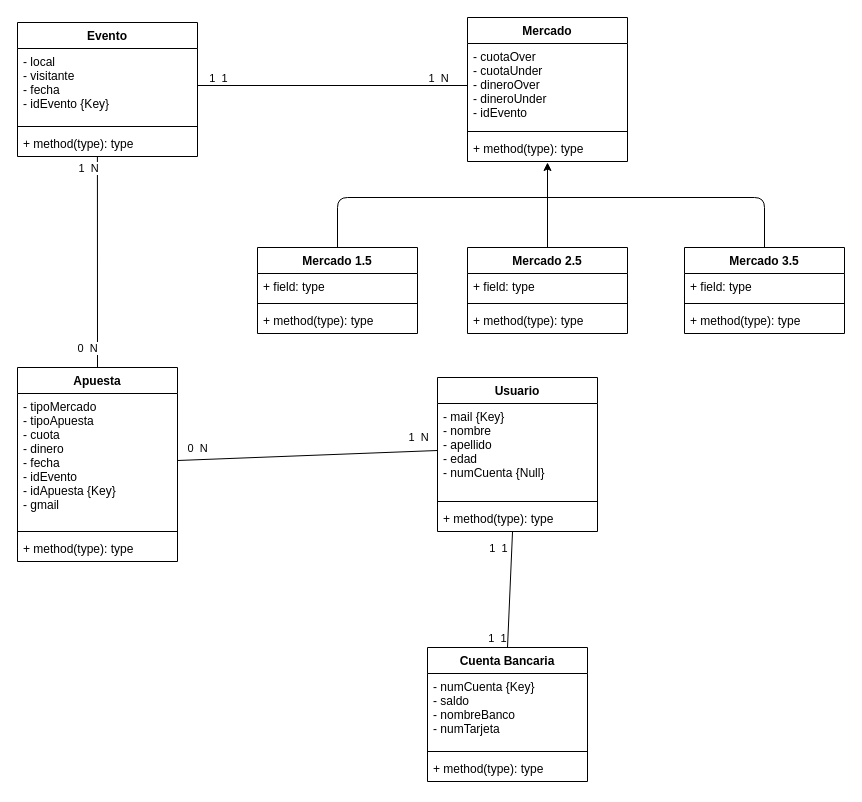
The draw.io diagram Modelos/Diseño conceptual.drawio in adrianjavier/PlaceMyBet2, before the edit. Source tidied: cells renumbered, new cells numbered last; positions are measured from the earlier drawing's top-left corner, leaving out a move shared by most shapes. Both pictures are drawn from the tidied source at 100%, with x=0, y=0 at pixel (17, 17).
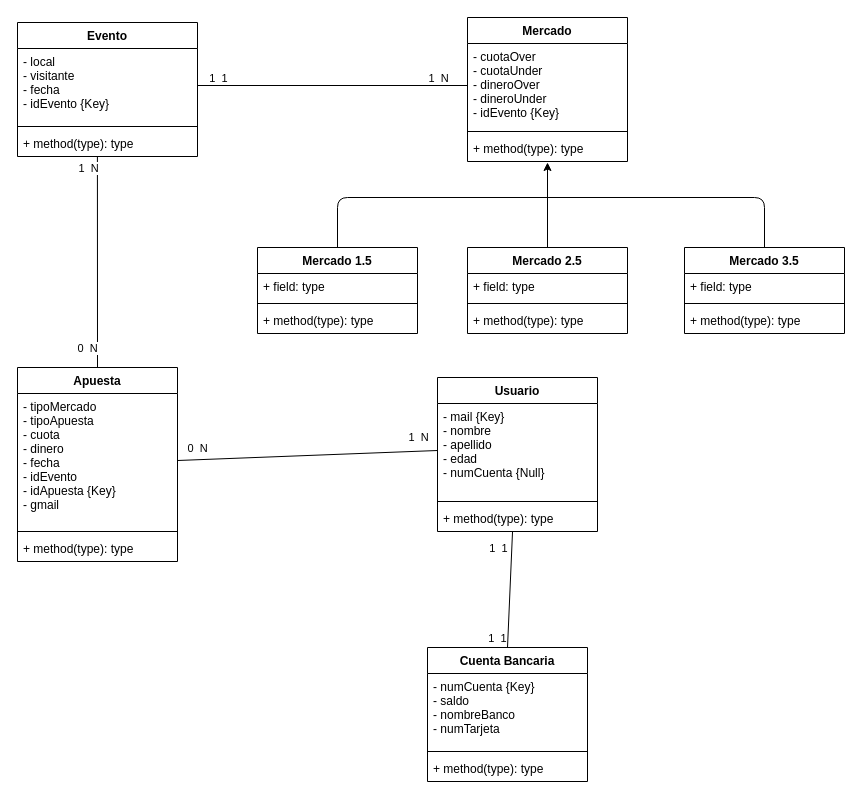
After the change.

Unchanged cells that the change refers to:
```xml
<mxCell id="26" value="Mercado" style="swimlane;fontStyle=1;align=center;verticalAlign=top;horizontal=1;startSize=26;" parent="1" vertex="1">
  <mxGeometry x="450" width="160" height="144" as="geometry" />
</mxCell>
```

The edit, as a diff of the source:
```diff
@@
-    <mxCell id="27" value="- cuotaOver&#10;- cuotaUnder&#10;- dineroOver&#10;- dineroUnder&#10;- idEvento" style="text;strokeColor=none;fillColor=none;align=left;verticalAlign=top;spacingLeft=4;spacingRight=4;overflow=hidden;points=[[0,0.5],[1,0.5]];portConstraint=eastwest;" parent="26" vertex="1">
+    <mxCell id="27" value="- cuotaOver&#10;- cuotaUnder&#10;- dineroOver&#10;- dineroUnder&#10;- idEvento {Key}" style="text;strokeColor=none;fillColor=none;align=left;verticalAlign=top;spacingLeft=4;spacingRight=4;overflow=hidden;points=[[0,0.5],[1,0.5]];portConstraint=eastwest;" parent="26" vertex="1">
       <mxGeometry y="26" width="160" height="84" as="geometry" />
     </mxCell>
```
